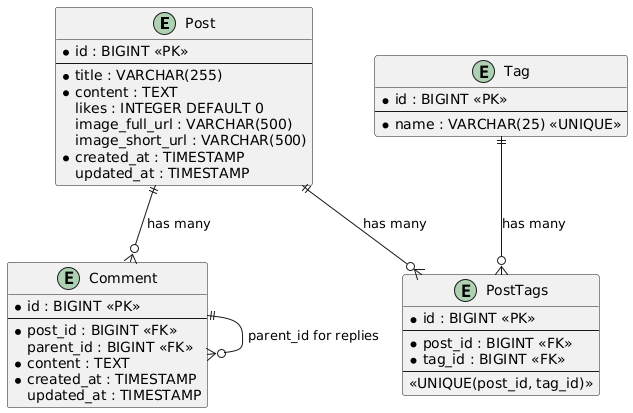
ksa-git-01/middle-java-sprint-3 keeps this PlantUML diagram as src/main/diagrams/generated/er-diagram.png. Above is the earlier version.
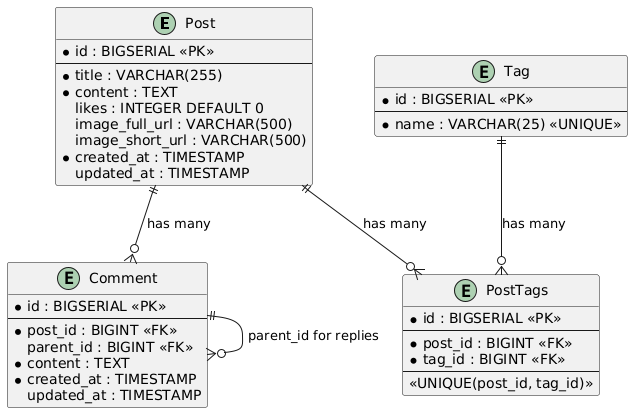
After the commit.

Commit message:
Auto-generate PlantUML diagrams [skip ci]

What changed in the source:
```diff
@@ -1,6 +1,6 @@
 @startuml
 entity Post {
-  * id : BIGINT <<PK>>
+  * id : BIGSERIAL <<PK>>
   --
   * title : VARCHAR(255)
   * content : TEXT
@@ -12,7 +12,7 @@
 }
 
 entity Comment {
-  * id : BIGINT <<PK>>
+  * id : BIGSERIAL <<PK>>
   --
   * post_id : BIGINT <<FK>>
   parent_id : BIGINT <<FK>>
@@ -22,13 +22,13 @@
 }
 
 entity Tag {
-  * id : BIGINT <<PK>>
+  * id : BIGSERIAL <<PK>>
   --
   * name : VARCHAR(25) <<UNIQUE>>
 }
 
 entity PostTags {
-  * id : BIGINT <<PK>>
+  * id : BIGSERIAL <<PK>>
   --
   * post_id : BIGINT <<FK>>
   * tag_id : BIGINT <<FK>>
```
